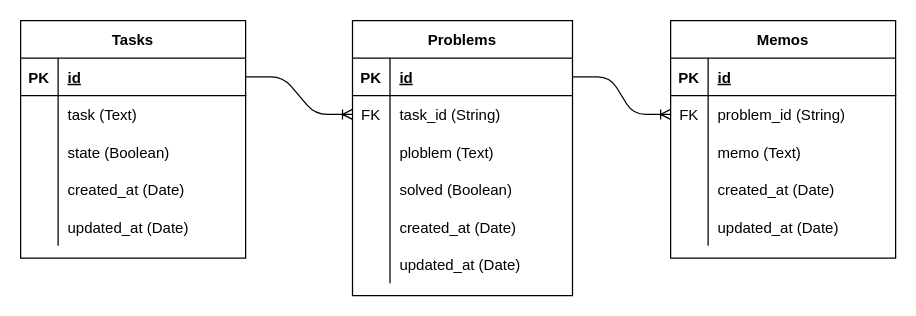
The draw.io diagram UML.dio in Haya372/pregress-management-app, before the edit. Source tidied: cells renumbered, new cells numbered last; positions are measured from the earlier drawing's top-left corner, leaving out a move shared by most shapes. Both pictures are drawn from the tidied source at 125%, with x=0, y=0 at pixel (20, 20).
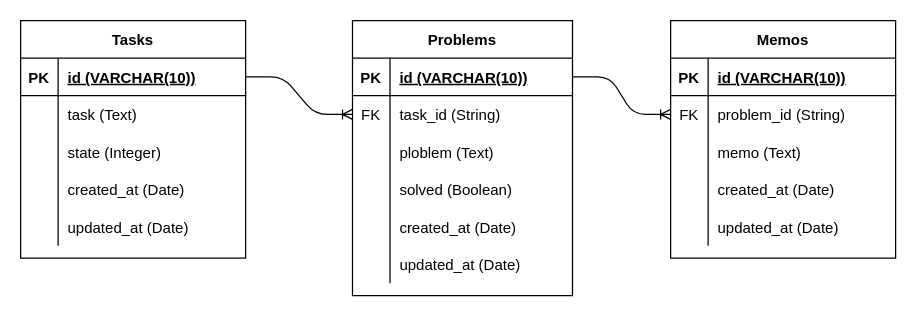
The same page after the edit.

The change refers to these unchanged cells:
```xml
<mxCell id="3" style="shape=partialRectangle;fillColor=none;top=0;left=0;bottom=1;right=0;points=[[0,0.5],[1,0.5]];portConstraint=eastwest;" parent="2" vertex="1">
  <mxGeometry y="30" width="180" height="30" as="geometry" />
</mxCell>
<mxCell id="9" style="shape=partialRectangle;fillColor=none;top=0;left=0;bottom=0;right=0;" parent="2" vertex="1">
  <mxGeometry y="90" width="180" height="30" as="geometry" />
</mxCell>
<mxCell id="19" style="shape=partialRectangle;fillColor=none;top=0;left=0;bottom=1;right=0;points=[[0,0.5],[1,0.5]];portConstraint=eastwest;" parent="18" vertex="1">
  <mxGeometry y="30" width="176" height="30" as="geometry" />
</mxCell>
<mxCell id="38" style="shape=partialRectangle;fillColor=none;top=0;left=0;bottom=1;right=0;" parent="37" vertex="1">
  <mxGeometry y="30" width="180" height="30" as="geometry" />
</mxCell>
```

What changed in the source:
```diff
@@
-    <mxCell id="5" value="id" style="shape=partialRectangle;fillColor=none;top=0;left=0;bottom=0;right=0;align=left;spacingLeft=6;fontStyle=5;overflow=hidden;" parent="3" vertex="1">
+    <mxCell id="5" value="id (VARCHAR(10))" style="shape=partialRectangle;fillColor=none;top=0;left=0;bottom=0;right=0;align=left;spacingLeft=6;fontStyle=5;overflow=hidden;" parent="3" vertex="1">
       <mxGeometry x="30" width="150" height="30" as="geometry" />
     </mxCell>
@@
-    <mxCell id="11" value="state (Boolean)" style="shape=partialRectangle;fillColor=none;top=0;left=0;bottom=0;right=0;align=left;spacingLeft=6;overflow=hidden;" parent="9" vertex="1">
+    <mxCell id="11" value="state (Integer)" style="shape=partialRectangle;fillColor=none;top=0;left=0;bottom=0;right=0;align=left;spacingLeft=6;overflow=hidden;" parent="9" vertex="1">
       <mxGeometry x="30" width="150" height="30" as="geometry" />
     </mxCell>
@@
-    <mxCell id="21" value="id" style="shape=partialRectangle;fillColor=none;top=0;left=0;bottom=0;right=0;align=left;spacingLeft=6;fontStyle=5;overflow=hidden;" parent="19" vertex="1">
+    <mxCell id="21" value="id (VARCHAR(10))" style="shape=partialRectangle;fillColor=none;top=0;left=0;bottom=0;right=0;align=left;spacingLeft=6;fontStyle=5;overflow=hidden;" parent="19" vertex="1">
       <mxGeometry x="30" width="146" height="30" as="geometry" />
     </mxCell>
@@
-    <mxCell id="40" value="id" style="shape=partialRectangle;fillColor=none;top=0;left=0;bottom=0;right=0;align=left;spacingLeft=6;fontStyle=5;overflow=hidden;" parent="38" vertex="1">
+    <mxCell id="40" value="id (VARCHAR(10))" style="shape=partialRectangle;fillColor=none;top=0;left=0;bottom=0;right=0;align=left;spacingLeft=6;fontStyle=5;overflow=hidden;" parent="38" vertex="1">
       <mxGeometry x="30" width="150" height="30" as="geometry" />
     </mxCell>
```
